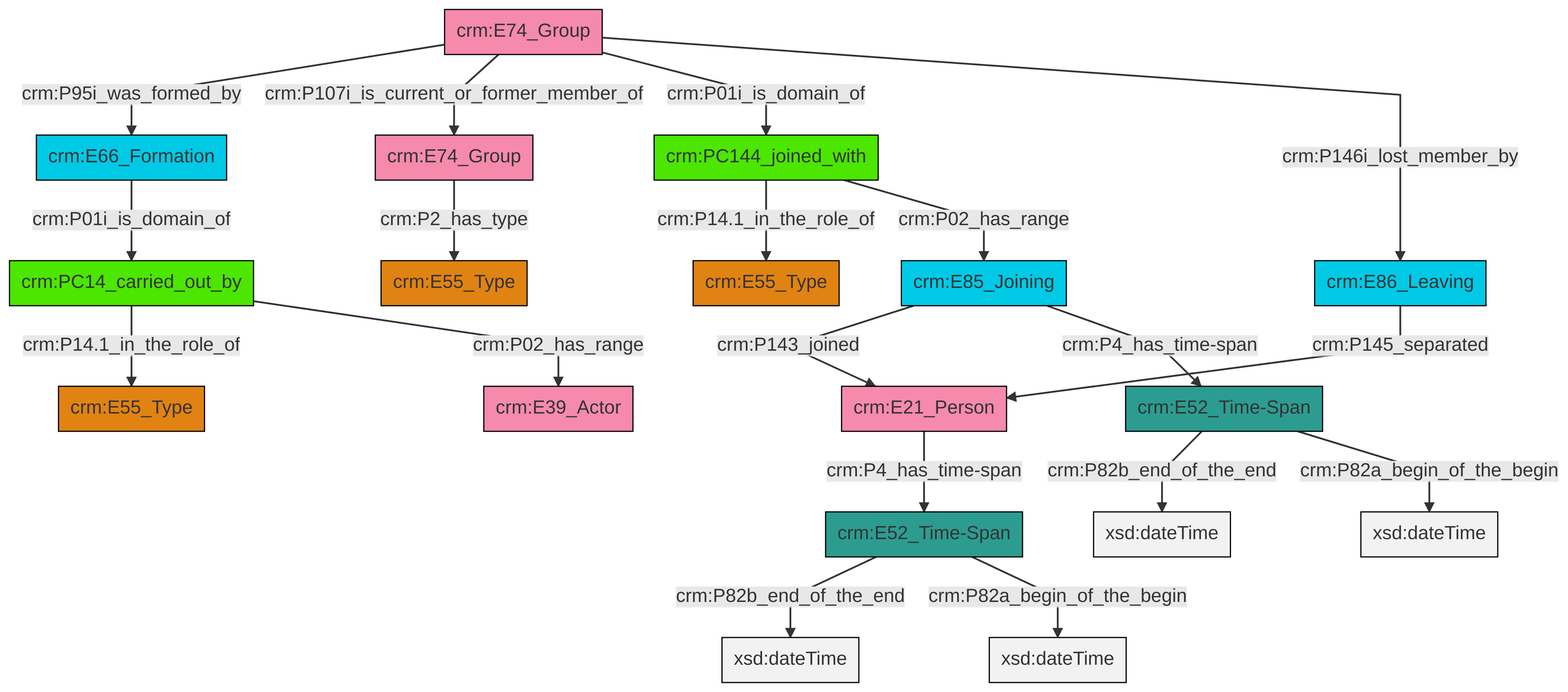
This is et/groupCSV/ttl/mmd/png/group_actor_relations.png from swiss-art-research-net/docs.swissartresearch, a Mermaid export, as it was before one commit. Its source is kept beside it as et/groupCSV/ttl/mmd/group_actor_relations.ttl.mmd.
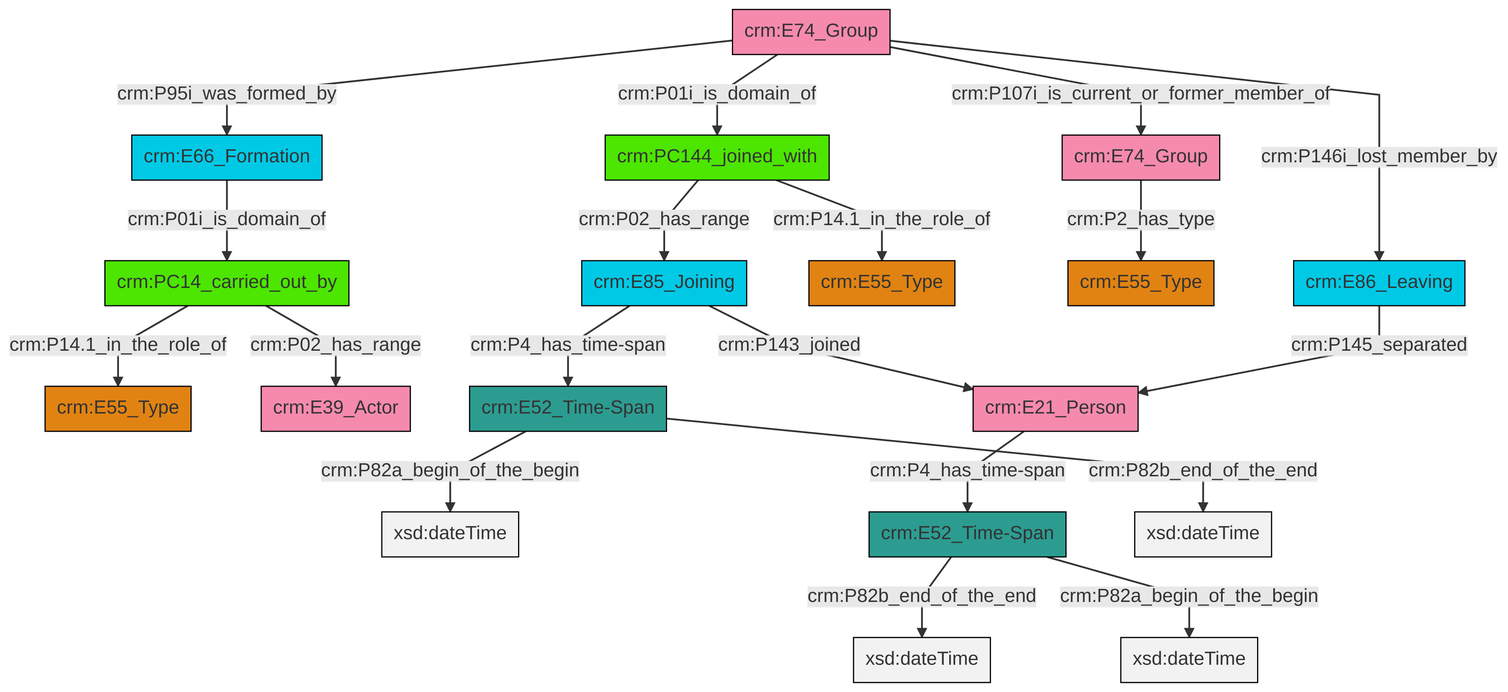
After the commit.

Change to the diagram source:
```diff
@@ -13,21 +13,21 @@
 classDef PC_Classes fill:#4ce600, stroke:#000000;
 classDef Multi fill:#cccccc,stroke:#000000;
 
-0["crm:PC144_joined_with"]:::PC_Classes -->|crm:P14.1_in_the_role_of| 1["crm:E55_Type"]:::Type
-4["crm:PC14_carried_out_by"]:::PC_Classes -->|crm:P14.1_in_the_role_of| 5["crm:E55_Type"]:::Type
-4["crm:PC14_carried_out_by"]:::PC_Classes -->|crm:P02_has_range| 7["crm:E39_Actor"]:::Actor
-8["crm:E74_Group"]:::Actor -->|crm:P95i_was_formed_by| 9["crm:E66_Formation"]:::Temporal_Entity
-8["crm:E74_Group"]:::Actor -->|crm:P107i_is_current_or_former_member_of| 15["crm:E74_Group"]:::Actor
-12["crm:E86_Leaving"]:::Temporal_Entity -->|crm:P145_separated| 10["crm:E21_Person"]:::Actor
-16["crm:E52_Time-Span"]:::Time-Span -->|crm:P82b_end_of_the_end| 17[xsd:dateTime]:::Literal
-16["crm:E52_Time-Span"]:::Time-Span -->|crm:P82a_begin_of_the_begin| 18[xsd:dateTime]:::Literal
-8["crm:E74_Group"]:::Actor -->|crm:P01i_is_domain_of| 0["crm:PC144_joined_with"]:::PC_Classes
-2["crm:E52_Time-Span"]:::Time-Span -->|crm:P82b_end_of_the_end| 24[xsd:dateTime]:::Literal
-25["crm:E85_Joining"]:::Temporal_Entity -->|crm:P143_joined| 10["crm:E21_Person"]:::Actor
-0["crm:PC144_joined_with"]:::PC_Classes -->|crm:P02_has_range| 25["crm:E85_Joining"]:::Temporal_Entity
-8["crm:E74_Group"]:::Actor -->|crm:P146i_lost_member_by| 12["crm:E86_Leaving"]:::Temporal_Entity
-25["crm:E85_Joining"]:::Temporal_Entity -->|crm:P4_has_time-span| 16["crm:E52_Time-Span"]:::Time-Span
-15["crm:E74_Group"]:::Actor -->|crm:P2_has_type| 19["crm:E55_Type"]:::Type
-9["crm:E66_Formation"]:::Temporal_Entity -->|crm:P01i_is_domain_of| 4["crm:PC14_carried_out_by"]:::PC_Classes
-10["crm:E21_Person"]:::Actor -->|crm:P4_has_time-span| 2["crm:E52_Time-Span"]:::Time-Span
-2["crm:E52_Time-Span"]:::Time-Span -->|crm:P82a_begin_of_the_begin| 34[xsd:dateTime]:::Literal
+2["crm:PC14_carried_out_by"]:::PC_Classes -->|crm:P14.1_in_the_role_of| 3["crm:E55_Type"]:::Type
+6["crm:E52_Time-Span"]:::Time-Span -->|crm:P82a_begin_of_the_begin| 7[xsd:dateTime]:::Literal
+8["crm:PC144_joined_with"]:::PC_Classes -->|crm:P02_has_range| 0["crm:E85_Joining"]:::Temporal_Entity
+13["crm:E21_Person"]:::Actor -->|crm:P4_has_time-span| 9["crm:E52_Time-Span"]:::Time-Span
+2["crm:PC14_carried_out_by"]:::PC_Classes -->|crm:P02_has_range| 4["crm:E39_Actor"]:::Actor
+6["crm:E52_Time-Span"]:::Time-Span -->|crm:P82b_end_of_the_end| 21[xsd:dateTime]:::Literal
+0["crm:E85_Joining"]:::Temporal_Entity -->|crm:P143_joined| 13["crm:E21_Person"]:::Actor
+22["crm:E74_Group"]:::Actor -->|crm:P107i_is_current_or_former_member_of| 16["crm:E74_Group"]:::Actor
+27["crm:E86_Leaving"]:::Temporal_Entity -->|crm:P145_separated| 13["crm:E21_Person"]:::Actor
+8["crm:PC144_joined_with"]:::PC_Classes -->|crm:P14.1_in_the_role_of| 14["crm:E55_Type"]:::Type
+22["crm:E74_Group"]:::Actor -->|crm:P01i_is_domain_of| 8["crm:PC144_joined_with"]:::PC_Classes
+11["crm:E66_Formation"]:::Temporal_Entity -->|crm:P01i_is_domain_of| 2["crm:PC14_carried_out_by"]:::PC_Classes
+16["crm:E74_Group"]:::Actor -->|crm:P2_has_type| 23["crm:E55_Type"]:::Type
+9["crm:E52_Time-Span"]:::Time-Span -->|crm:P82b_end_of_the_end| 31[xsd:dateTime]:::Literal
+22["crm:E74_Group"]:::Actor -->|crm:P95i_was_formed_by| 11["crm:E66_Formation"]:::Temporal_Entity
+22["crm:E74_Group"]:::Actor -->|crm:P146i_lost_member_by| 27["crm:E86_Leaving"]:::Temporal_Entity
+0["crm:E85_Joining"]:::Temporal_Entity -->|crm:P4_has_time-span| 6["crm:E52_Time-Span"]:::Time-Span
+9["crm:E52_Time-Span"]:::Time-Span -->|crm:P82a_begin_of_the_begin| 33[xsd:dateTime]:::Literal
```
